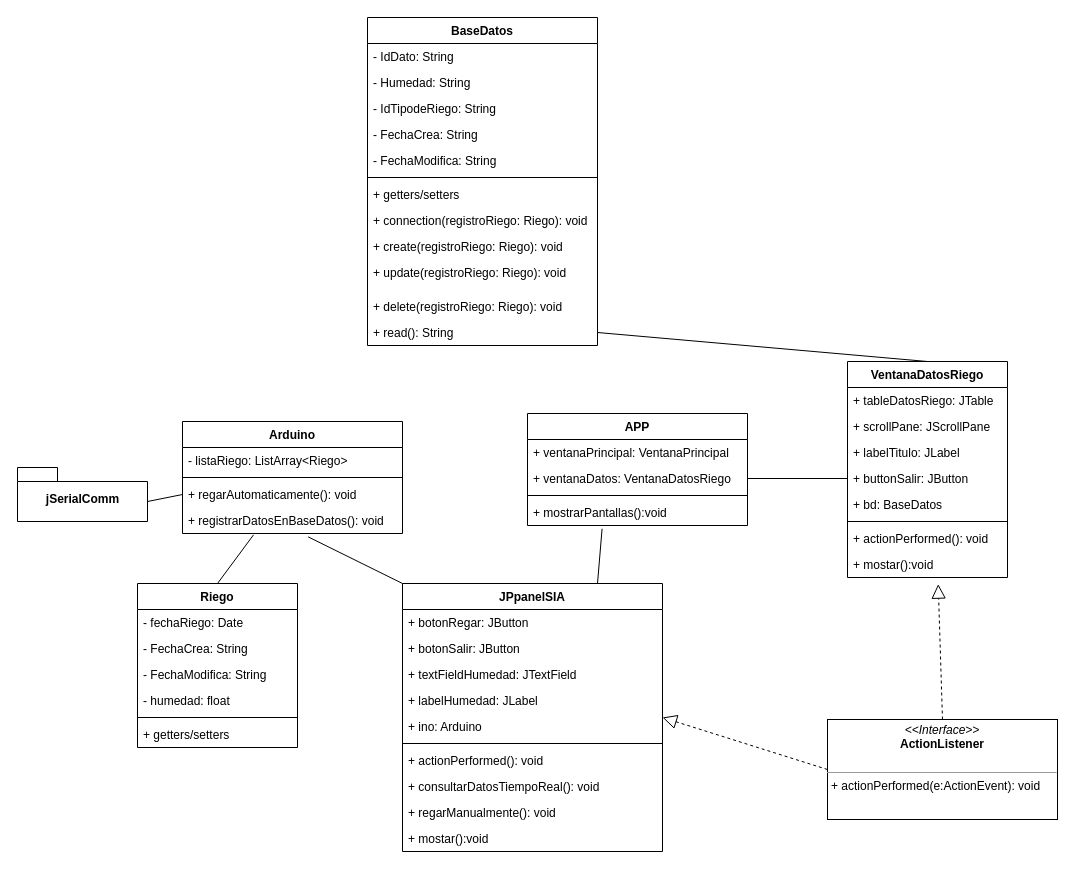
Vladimirjon/SIA keeps this draw.io diagram as Utilities/DiagramaClasesSIA.drawio. Above is the earlier version. Source tidied: cells renumbered, new cells numbered last; positions are measured from the earlier drawing's top-left corner, leaving out a move shared by most shapes. Both pictures are drawn from the tidied source at 100%, with x=0, y=0 at pixel (17, 17).
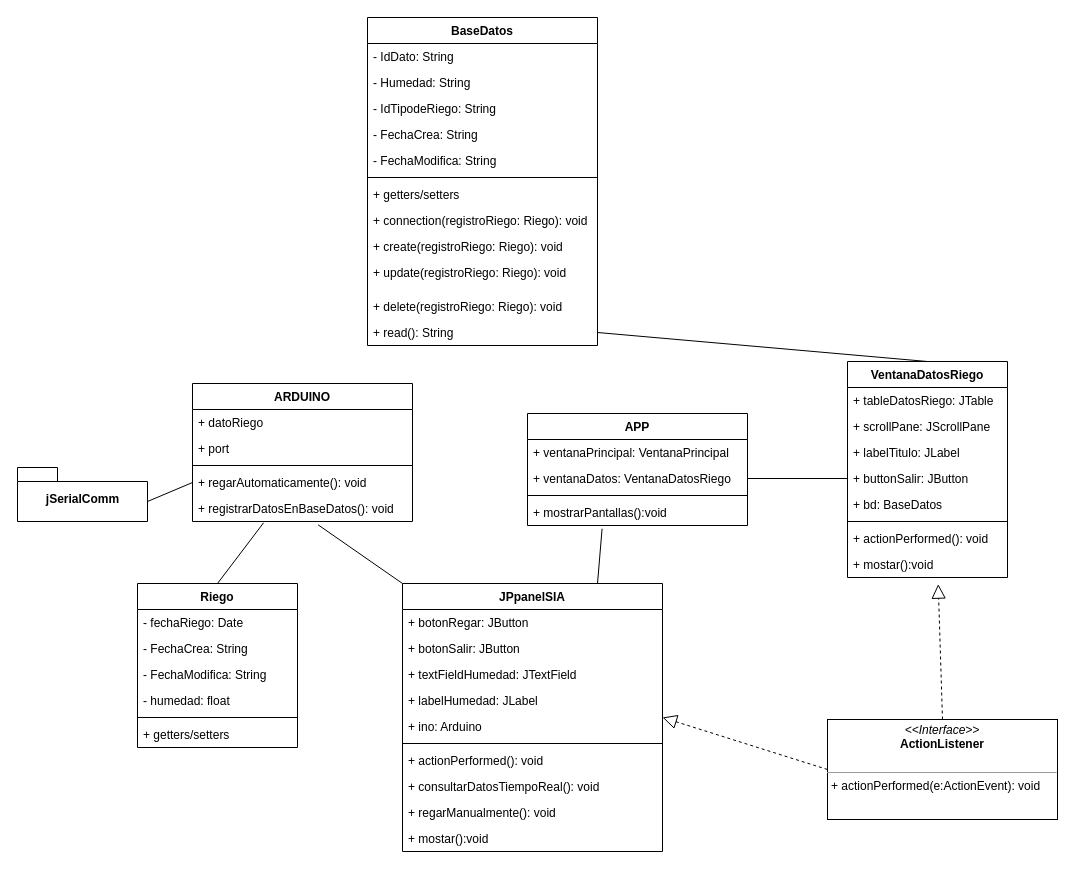
After the change.

Diff of the diagram source:
```diff
@@
-    <mxCell id="50" value="Arduino" style="swimlane;fontStyle=1;align=center;verticalAlign=top;horizontal=1;startSize=26;" parent="1" vertex="1">
-      <mxGeometry x="165" y="404" width="220" height="112" as="geometry" />
+    <mxCell id="50" value="ARDUINO" style="swimlane;fontStyle=1;align=center;verticalAlign=top;horizontal=1;startSize=26;" parent="1" vertex="1">
+      <mxGeometry x="175" y="366" width="220" height="138" as="geometry" />
     </mxCell>
-    <mxCell id="51" value="- listaRiego: ListArray&lt;Riego&gt;" style="text;strokeColor=none;fillColor=none;align=left;verticalAlign=top;spacingLeft=4;spacingRight=4;overflow=hidden;" parent="50" vertex="1">
+    <mxCell id="51" value="+ datoRiego" style="text;strokeColor=none;fillColor=none;align=left;verticalAlign=top;spacingLeft=4;spacingRight=4;overflow=hidden;" parent="50" vertex="1">
       <mxGeometry y="26" width="220" height="26" as="geometry" />
     </mxCell>
+    <mxCell id="62" value="+ port" style="text;strokeColor=none;fillColor=none;align=left;verticalAlign=top;spacingLeft=4;spacingRight=4;overflow=hidden;" parent="50" vertex="1">
+      <mxGeometry y="52" width="220" height="26" as="geometry" />
+    </mxCell>
     <mxCell id="52" style="line;strokeWidth=1;fillColor=none;align=left;verticalAlign=middle;spacingTop=-1;spacingLeft=3;spacingRight=3;labelPosition=right;strokeColor=inherit;" parent="50" vertex="1">
-      <mxGeometry y="52" width="220" height="8" as="geometry" />
+      <mxGeometry y="78" width="220" height="8" as="geometry" />
     </mxCell>
     <mxCell id="53" value="+ regarAutomaticamente(): void" style="text;strokeColor=none;fillColor=none;align=left;verticalAlign=top;spacingLeft=4;spacingRight=4;overflow=hidden;points=[[0,0.5],[1,0.5]];portConstraint=eastwest;" parent="50" vertex="1">
-      <mxGeometry y="60" width="220" height="26" as="geometry" />
+      <mxGeometry y="86" width="220" height="26" as="geometry" />
     </mxCell>
     <mxCell id="54" value="+ registrarDatosEnBaseDatos(): void" style="text;strokeColor=none;fillColor=none;align=left;verticalAlign=top;spacingLeft=4;spacingRight=4;overflow=hidden;points=[[0,0.5],[1,0.5]];portConstraint=eastwest;" parent="50" vertex="1">
-      <mxGeometry y="86" width="220" height="26" as="geometry" />
+      <mxGeometry y="112" width="220" height="26" as="geometry" />
     </mxCell>
```
